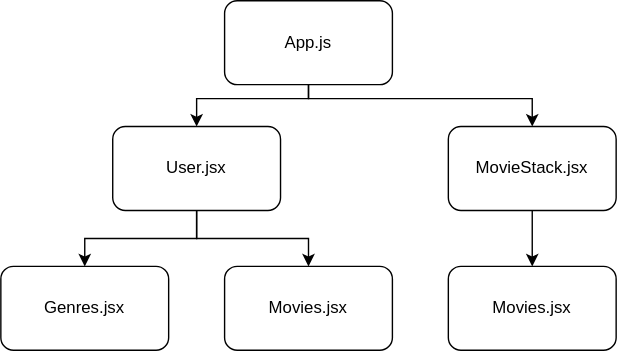
Earlier version of the draw.io export project-info/ch-diagram.svg (VillagomezHJonathan/flixder). Source tidied: cells renumbered, new cells last; positions are measured from the earlier drawing's top-left corner, leaving out a move shared by most shapes. The source it was exported from:
```xml
<mxGraphModel>
  <root>
    <mxCell id="0" />
    <mxCell id="1" parent="0" />
    <mxCell id="2" style="edgeStyle=orthogonalEdgeStyle;rounded=0;jettySize=auto;html=1;" parent="1" edge="1" source="4" target="7">
      <mxGeometry relative="1" as="geometry">
        <Array as="points">
          <mxPoint x="220" y="70" />
          <mxPoint x="140" y="70" />
        </Array>
      </mxGeometry>
    </mxCell>
    <mxCell id="3" style="edgeStyle=orthogonalEdgeStyle;rounded=0;jettySize=auto;html=1;" parent="1" edge="1" source="4" target="11">
      <mxGeometry relative="1" as="geometry">
        <Array as="points">
          <mxPoint x="220" y="70" />
          <mxPoint x="380" y="70" />
        </Array>
      </mxGeometry>
    </mxCell>
    <mxCell id="4" value="App.js" style="rounded=1;whiteSpace=wrap;html=1;" parent="1" vertex="1">
      <mxGeometry x="160" width="120" height="60" as="geometry" />
    </mxCell>
    <mxCell id="5" style="edgeStyle=orthogonalEdgeStyle;rounded=0;jettySize=auto;html=1;" parent="1" edge="1" source="7" target="8">
      <mxGeometry relative="1" as="geometry" />
    </mxCell>
    <mxCell id="6" style="edgeStyle=orthogonalEdgeStyle;rounded=0;jettySize=auto;html=1;" parent="1" edge="1" source="7" target="9">
      <mxGeometry relative="1" as="geometry" />
    </mxCell>
    <mxCell id="7" value="User.jsx" style="rounded=1;whiteSpace=wrap;html=1;" parent="1" vertex="1">
      <mxGeometry x="80" y="90" width="120" height="60" as="geometry" />
    </mxCell>
    <mxCell id="8" value="Genres.jsx" style="rounded=1;whiteSpace=wrap;html=1;direction=west;" parent="1" vertex="1">
      <mxGeometry y="190" width="120" height="60" as="geometry" />
    </mxCell>
    <mxCell id="9" value="Movies.jsx" style="rounded=1;whiteSpace=wrap;html=1;direction=west;" parent="1" vertex="1">
      <mxGeometry x="160" y="190" width="120" height="60" as="geometry" />
    </mxCell>
    <mxCell id="10" style="edgeStyle=orthogonalEdgeStyle;rounded=0;jettySize=auto;html=1;" parent="1" edge="1" source="11" target="12">
      <mxGeometry relative="1" as="geometry">
        <Array as="points">
          <mxPoint x="380" y="170" />
          <mxPoint x="380" y="170" />
        </Array>
      </mxGeometry>
    </mxCell>
    <mxCell id="11" value="MovieStack.jsx" style="rounded=1;whiteSpace=wrap;html=1;" parent="1" vertex="1">
      <mxGeometry x="320" y="90" width="120" height="60" as="geometry" />
    </mxCell>
    <mxCell id="12" value="Movies.jsx" style="rounded=1;whiteSpace=wrap;html=1;" parent="1" vertex="1">
      <mxGeometry x="320" y="190" width="120" height="60" as="geometry" />
    </mxCell>
  </root>
</mxGraphModel>
```
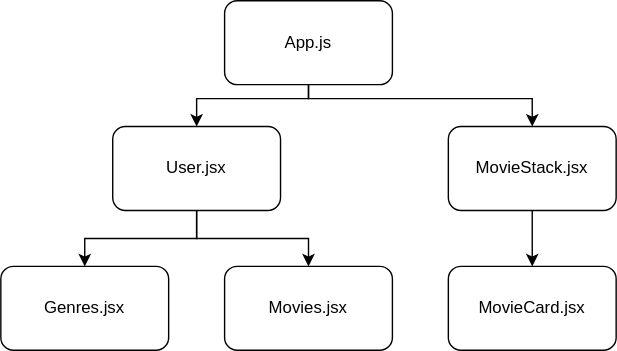
Above is the later version.

What changed in the source:
```diff
@@ -47,7 +47,7 @@
     <mxCell id="11" value="MovieStack.jsx" style="rounded=1;whiteSpace=wrap;html=1;" parent="1" vertex="1">
       <mxGeometry x="320" y="90" width="120" height="60" as="geometry" />
     </mxCell>
-    <mxCell id="12" value="Movies.jsx" style="rounded=1;whiteSpace=wrap;html=1;" parent="1" vertex="1">
+    <mxCell id="12" value="MovieCard.jsx" style="rounded=1;whiteSpace=wrap;html=1;" parent="1" vertex="1">
       <mxGeometry x="320" y="190" width="120" height="60" as="geometry" />
     </mxCell>
   </root>
```
